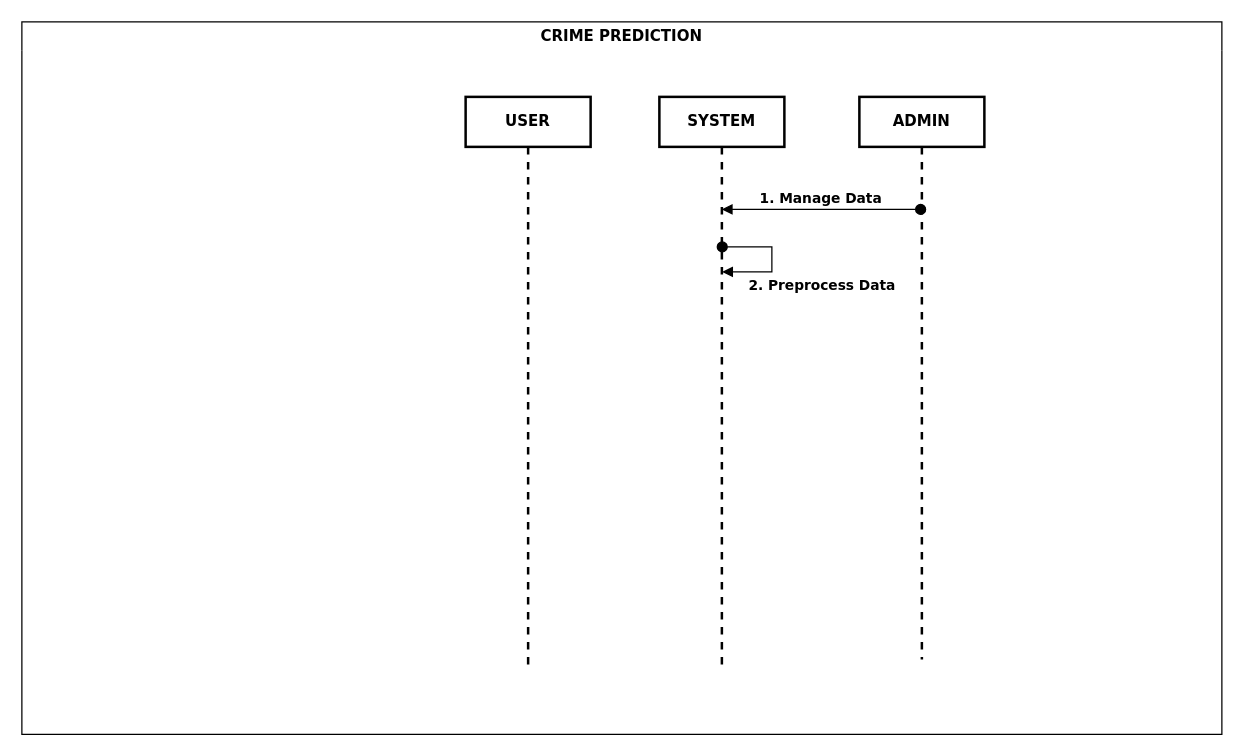
Earlier version of the draw.io diagram SEQUENCE_DIAGRAM.drawio (ChanumoluGayathri/System_Design). Source tidied: cells renumbered, new cells numbered last; positions are measured from the earlier drawing's top-left corner, leaving out a move shared by most shapes. Both pictures are drawn from the tidied source at 125%, with x=0, y=0 at pixel (21, 21).
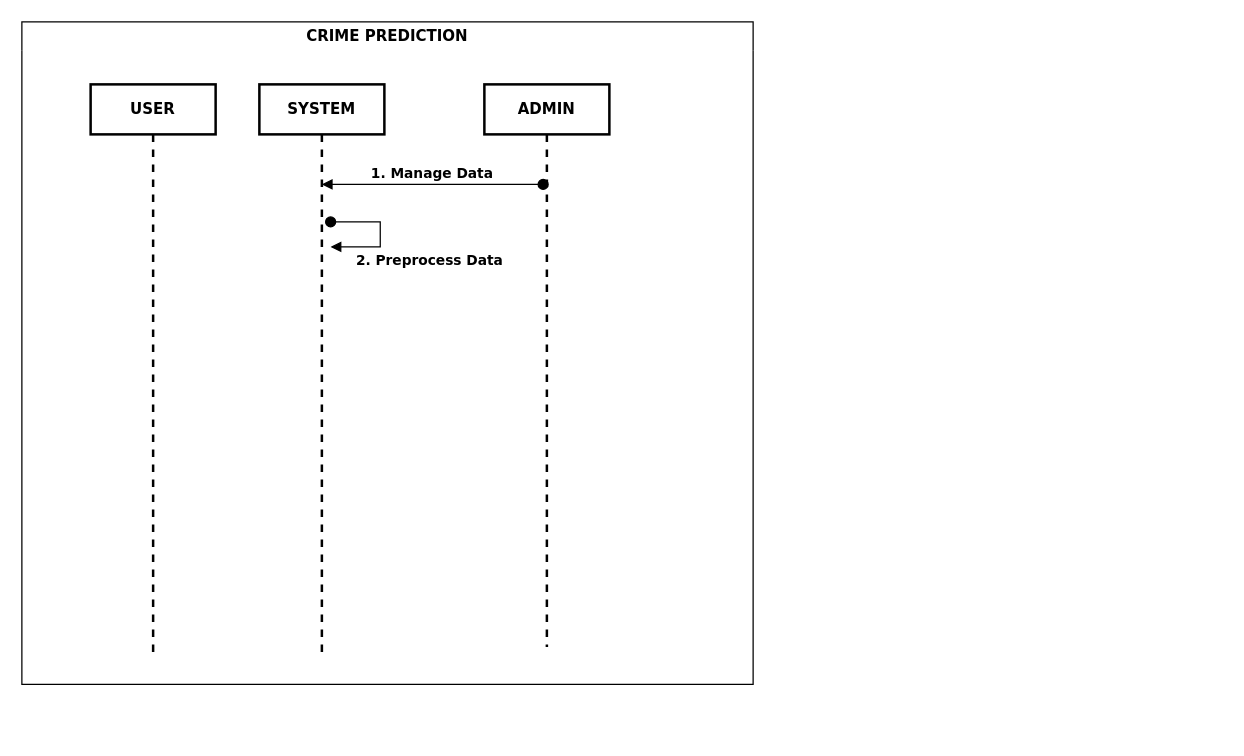
Above is the later version.

What changed in the source:
```diff
@@
 <mxGraphModel>
   <root>
     <mxCell id="0" />
     <mxCell id="1" parent="0" />
     <mxCell id="2" value="&lt;font face=&quot;Verdana&quot;&gt;CRIME PREDICTION&lt;/font&gt;" style="swimlane;whiteSpace=wrap;html=1;hachureGap=4;fontFamily=Architects Daughter;startSize=23;swimlaneLine=0;" parent="1" vertex="1">
-      <mxGeometry width="960" height="570" as="geometry" />
+      <mxGeometry width="585" height="530" as="geometry" />
     </mxCell>
     <mxCell id="3" value="&lt;font face=&quot;Verdana&quot;&gt;&lt;b&gt;ADMIN&lt;/b&gt;&lt;/font&gt;" style="shape=umlLifeline;perimeter=lifelinePerimeter;whiteSpace=wrap;html=1;newEdgeStyle={&quot;edgeStyle&quot;:&quot;elbowEdgeStyle&quot;,&quot;elbow&quot;:&quot;vertical&quot;,&quot;curved&quot;:0,&quot;rounded&quot;:0};hachureGap=4;fontFamily=Architects Daughter;strokeWidth=2;" parent="2" vertex="1">
-      <mxGeometry x="670" y="60" width="100" height="450" as="geometry" />
+      <mxGeometry x="370" y="50" width="100" height="450" as="geometry" />
     </mxCell>
     <mxCell id="4" value="&lt;font face=&quot;Verdana&quot;&gt;&lt;b&gt;USER&lt;/b&gt;&lt;/font&gt;" style="shape=umlLifeline;perimeter=lifelinePerimeter;whiteSpace=wrap;html=1;newEdgeStyle={&quot;edgeStyle&quot;:&quot;elbowEdgeStyle&quot;,&quot;elbow&quot;:&quot;vertical&quot;,&quot;curved&quot;:0,&quot;rounded&quot;:0};hachureGap=4;fontFamily=Architects Daughter;strokeWidth=2;" parent="2" vertex="1">
-      <mxGeometry x="355" y="60" width="100" height="460" as="geometry" />
+      <mxGeometry x="55" y="50" width="100" height="460" as="geometry" />
     </mxCell>
     <mxCell id="5" value="&lt;font face=&quot;Verdana&quot;&gt;&lt;b&gt;SYSTEM&lt;/b&gt;&lt;/font&gt;" style="shape=umlLifeline;perimeter=lifelinePerimeter;whiteSpace=wrap;html=1;outlineConnect=0;portConstraint=eastwest;newEdgeStyle={&quot;edgeStyle&quot;:&quot;elbowEdgeStyle&quot;,&quot;elbow&quot;:&quot;vertical&quot;,&quot;curved&quot;:0,&quot;rounded&quot;:0};hachureGap=4;fontFamily=Architects Daughter;strokeWidth=2;" parent="2" vertex="1">
-      <mxGeometry x="510" y="60" width="100" height="460" as="geometry" />
+      <mxGeometry x="190" y="50" width="100" height="460" as="geometry" />
     </mxCell>
-    <mxCell id="6" value="&lt;font face=&quot;Verdana&quot;&gt;&lt;b&gt;1.&amp;nbsp;&lt;/b&gt;&lt;/font&gt;&lt;b style=&quot;font-family: Verdana;&quot;&gt;Manage Data&lt;/b&gt;" style="html=1;verticalAlign=bottom;startArrow=oval;startFill=1;endArrow=block;startSize=8;curved=0;rounded=0;hachureGap=4;fontFamily=Architects Daughter;" parent="2" edge="1" target="5">
+    <mxCell id="6" value="&lt;font face=&quot;Verdana&quot;&gt;&lt;b&gt;1.&amp;nbsp;&lt;/b&gt;&lt;/font&gt;&lt;b style=&quot;font-family: Verdana;&quot;&gt;Manage Data&lt;/b&gt;" style="html=1;verticalAlign=bottom;startArrow=oval;startFill=1;endArrow=block;startSize=8;curved=0;rounded=0;hachureGap=4;fontFamily=Architects Daughter;" parent="2" edge="1">
       <mxGeometry relative="1" as="geometry">
-        <mxPoint x="719" y="150" as="sourcePoint" />
+        <mxPoint x="417" y="130" as="sourcePoint" />
+        <mxPoint x="240" y="130" as="targetPoint" />
       </mxGeometry>
     </mxCell>
     <mxCell id="7" value="&lt;font face=&quot;Verdana&quot;&gt;&lt;b&gt;2. Preprocess Data&lt;/b&gt;&lt;/font&gt;" style="html=1;verticalAlign=bottom;startArrow=oval;startFill=1;endArrow=block;startSize=8;curved=0;rounded=0;hachureGap=4;fontFamily=Architects Daughter;" parent="2" edge="1">
       <mxGeometry x="0.2" y="45" relative="1" as="geometry">
-        <mxPoint x="560.3" y="180" as="sourcePoint" />
-        <mxPoint x="560.3" y="200" as="targetPoint" />
+        <mxPoint x="247" y="160" as="sourcePoint" />
+        <mxPoint x="247" y="180" as="targetPoint" />
         <Array as="points">
-          <mxPoint x="600" y="180" />
-          <mxPoint x="600" y="200" />
+          <mxPoint x="286.7" y="160" />
+          <mxPoint x="286.7" y="180" />
         </Array>
         <mxPoint x="40" y="-25" as="offset" />
       </mxGeometry>
     </mxCell>
   </root>
 </mxGraphModel>
```
